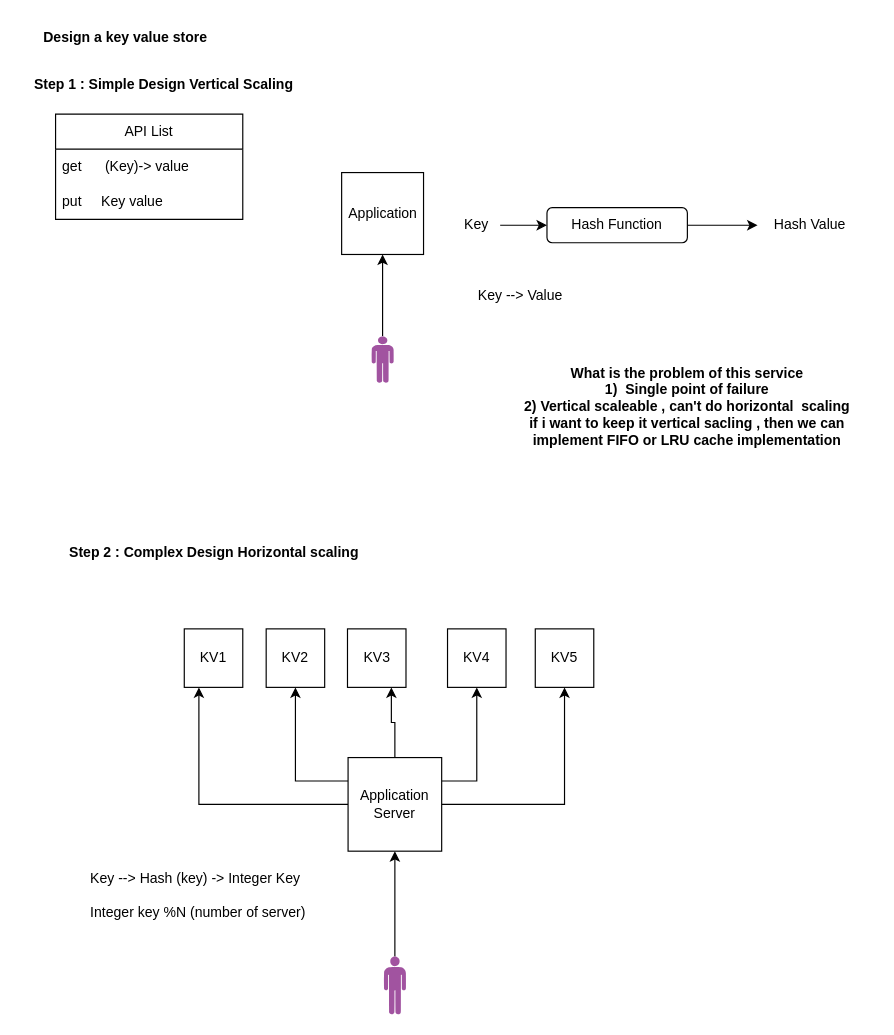
Above: Untitled Diagram.drawio in bappimazumder/system-design (draw.io), before the change. Source tidied: cells renumbered, new cells numbered last; positions are measured from the earlier drawing's top-left corner, leaving out a move shared by most shapes. Both pictures are drawn from the tidied source at 117%, with x=0, y=0 at pixel (20, 20).
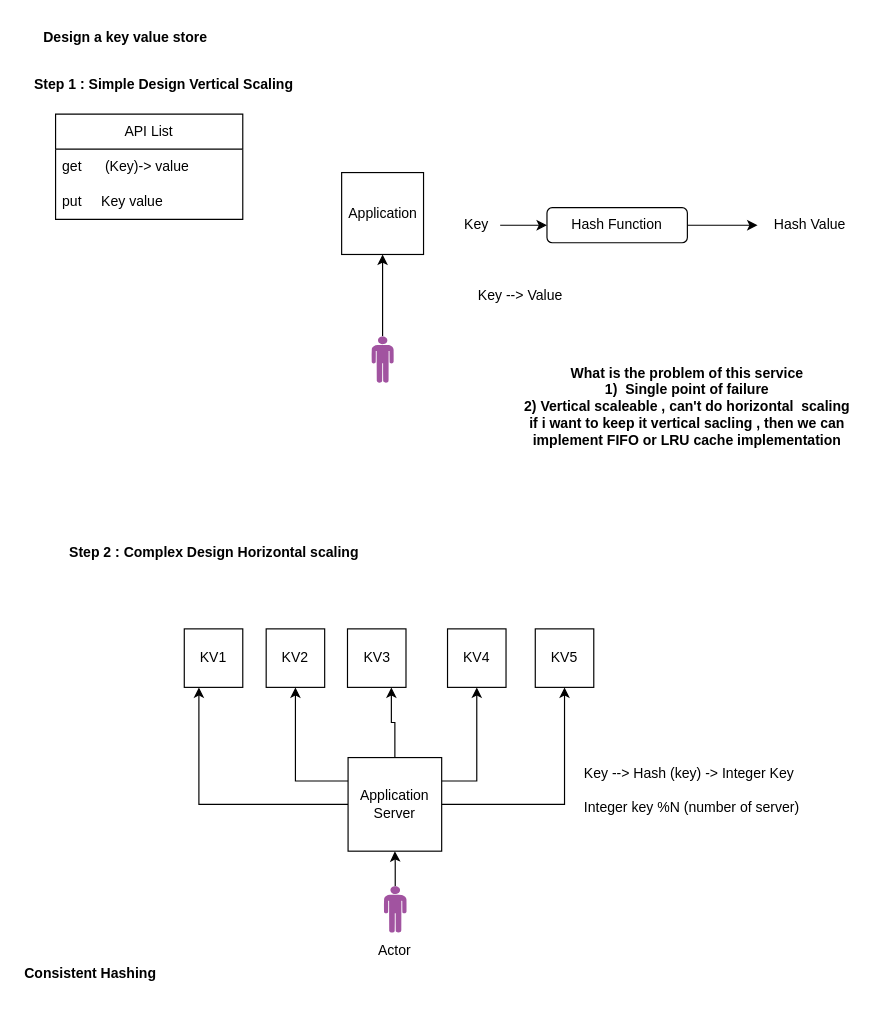
Above is the later version.

What changed in the source:
```diff
@@
     <mxCell id="19" style="verticalLabelPosition=bottom;sketch=0;html=1;fillColor=#A153A0;verticalAlign=top;align=center;shape=mxgraph.cisco_safe.design.actor_2;" parent="1" vertex="1">
-      <mxGeometry x="310.5" y="800" width="19" height="50" as="geometry" />
+      <mxGeometry x="310.5" y="740" width="19.5" height="40" as="geometry" />
     </mxCell>
@@
     <mxCell id="31" value="Key --&amp;gt; Hash (key) -&amp;gt; Integer Key&lt;div&gt;&lt;br&gt;&lt;/div&gt;&lt;div&gt;Integer key %N (number of server)&lt;/div&gt;&lt;div&gt;&lt;br&gt;&lt;/div&gt;" style="text;html=1;align=left;verticalAlign=middle;whiteSpace=wrap;rounded=0;horizontal=1;" parent="1" vertex="1">
-      <mxGeometry x="57.8" y="710" width="214.5" height="90" as="geometry" />
+      <mxGeometry x="480" y="630" width="210" height="70" as="geometry" />
     </mxCell>
+    <mxCell id="32" value="Consistent Hashing" style="text;html=1;align=center;verticalAlign=middle;whiteSpace=wrap;rounded=0;fontStyle=1;" parent="1" vertex="1">
+      <mxGeometry y="800" width="120" height="30" as="geometry" />
+    </mxCell>
+    <mxCell id="33" value="Actor" style="text;html=1;align=center;verticalAlign=middle;whiteSpace=wrap;rounded=0;" parent="1" vertex="1">
+      <mxGeometry x="290.2" y="780" width="60" height="30" as="geometry" />
+    </mxCell>
```
